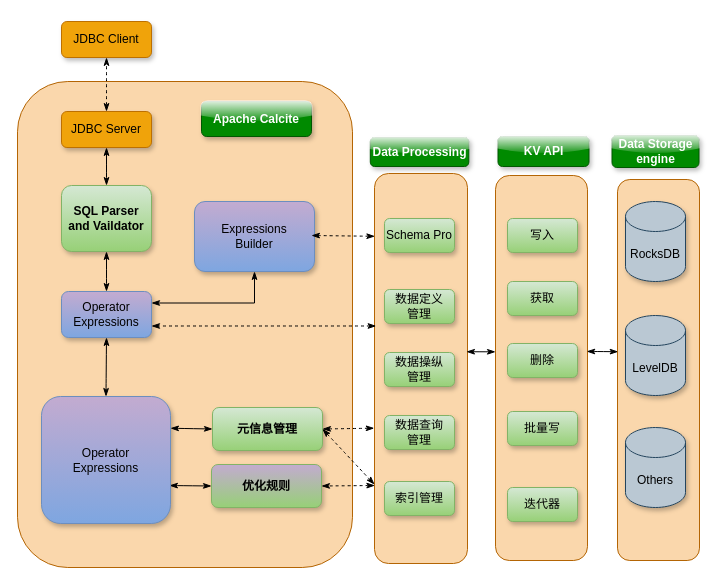
This is Untitled Diagram.drawio from arlottang/tdh_bit, a draw.io file, before an edit. Source tidied: cells renumbered, new cells numbered last; positions are measured from the earlier drawing's top-left corner, leaving out a move shared by most shapes. Both pictures are drawn from the tidied source at 100%, with x=0, y=0 at pixel (17, 21).
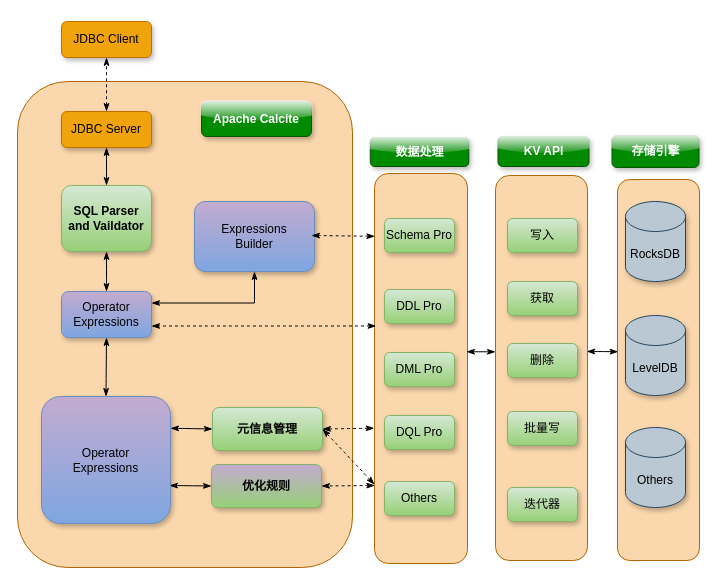
The same page after the edit.

What changed in the source:
```diff
@@
-    <mxCell id="18" value="Data Processing" style="rounded=1;whiteSpace=wrap;html=1;hachureGap=4;fillColor=#008a00;strokeColor=#005700;fontColor=#ffffff;fontStyle=1;shadow=1;glass=1;" parent="1" vertex="1">
+    <mxCell id="18" value="数据处理" style="rounded=1;whiteSpace=wrap;html=1;hachureGap=4;fillColor=#008a00;strokeColor=#005700;fontColor=#ffffff;fontStyle=1;shadow=1;glass=1;" parent="1" vertex="1">
       <mxGeometry x="352.8" y="116" width="98.5" height="29" as="geometry" />
     </mxCell>
@@
-    <mxCell id="20" value="Data Storage engine" style="rounded=1;whiteSpace=wrap;html=1;hachureGap=4;fillColor=#008a00;strokeColor=#005700;fontColor=#ffffff;fontStyle=1;shadow=1;glass=1;" parent="1" vertex="1">
+    <mxCell id="20" value="存储引擎" style="rounded=1;whiteSpace=wrap;html=1;hachureGap=4;fillColor=#008a00;strokeColor=#005700;fontColor=#ffffff;fontStyle=1;shadow=1;glass=1;" parent="1" vertex="1">
       <mxGeometry x="594.5" y="114" width="87" height="32" as="geometry" />
     </mxCell>
@@
-    <mxCell id="34" value="数据定义&lt;br&gt;管理" style="rounded=1;whiteSpace=wrap;html=1;shadow=1;glass=0;hachureGap=4;strokeWidth=1;fillColor=#d5e8d4;gradientColor=#97d077;strokeColor=#82b366;" parent="1" vertex="1">
+    <mxCell id="34" value="DDL Pro" style="rounded=1;whiteSpace=wrap;html=1;shadow=1;glass=0;hachureGap=4;strokeWidth=1;fillColor=#d5e8d4;gradientColor=#97d077;strokeColor=#82b366;" parent="1" vertex="1">
       <mxGeometry x="367" y="268" width="70" height="34" as="geometry" />
     </mxCell>
-    <mxCell id="35" value="数据操纵&lt;br&gt;管理" style="rounded=1;whiteSpace=wrap;html=1;shadow=1;glass=0;hachureGap=4;strokeWidth=1;fillColor=#d5e8d4;gradientColor=#97d077;strokeColor=#82b366;" parent="1" vertex="1">
+    <mxCell id="35" value="DML Pro" style="rounded=1;whiteSpace=wrap;html=1;shadow=1;glass=0;hachureGap=4;strokeWidth=1;fillColor=#d5e8d4;gradientColor=#97d077;strokeColor=#82b366;" parent="1" vertex="1">
       <mxGeometry x="367" y="331" width="70" height="34" as="geometry" />
     </mxCell>
-    <mxCell id="36" value="数据查询&lt;br&gt;管理" style="rounded=1;whiteSpace=wrap;html=1;shadow=1;glass=0;hachureGap=4;strokeWidth=1;fillColor=#d5e8d4;gradientColor=#97d077;strokeColor=#82b366;" parent="1" vertex="1">
+    <mxCell id="36" value="DQL Pro" style="rounded=1;whiteSpace=wrap;html=1;shadow=1;glass=0;hachureGap=4;strokeWidth=1;fillColor=#d5e8d4;gradientColor=#97d077;strokeColor=#82b366;" parent="1" vertex="1">
       <mxGeometry x="367" y="394" width="70" height="34" as="geometry" />
     </mxCell>
@@
-    <mxCell id="42" value="索引管理" style="rounded=1;whiteSpace=wrap;html=1;shadow=1;glass=0;hachureGap=4;strokeWidth=1;fillColor=#d5e8d4;gradientColor=#97d077;strokeColor=#82b366;" parent="1" vertex="1">
+    <mxCell id="42" value="Others" style="rounded=1;whiteSpace=wrap;html=1;shadow=1;glass=0;hachureGap=4;strokeWidth=1;fillColor=#d5e8d4;gradientColor=#97d077;strokeColor=#82b366;" parent="1" vertex="1">
       <mxGeometry x="367" y="460" width="70" height="34" as="geometry" />
     </mxCell>
```
